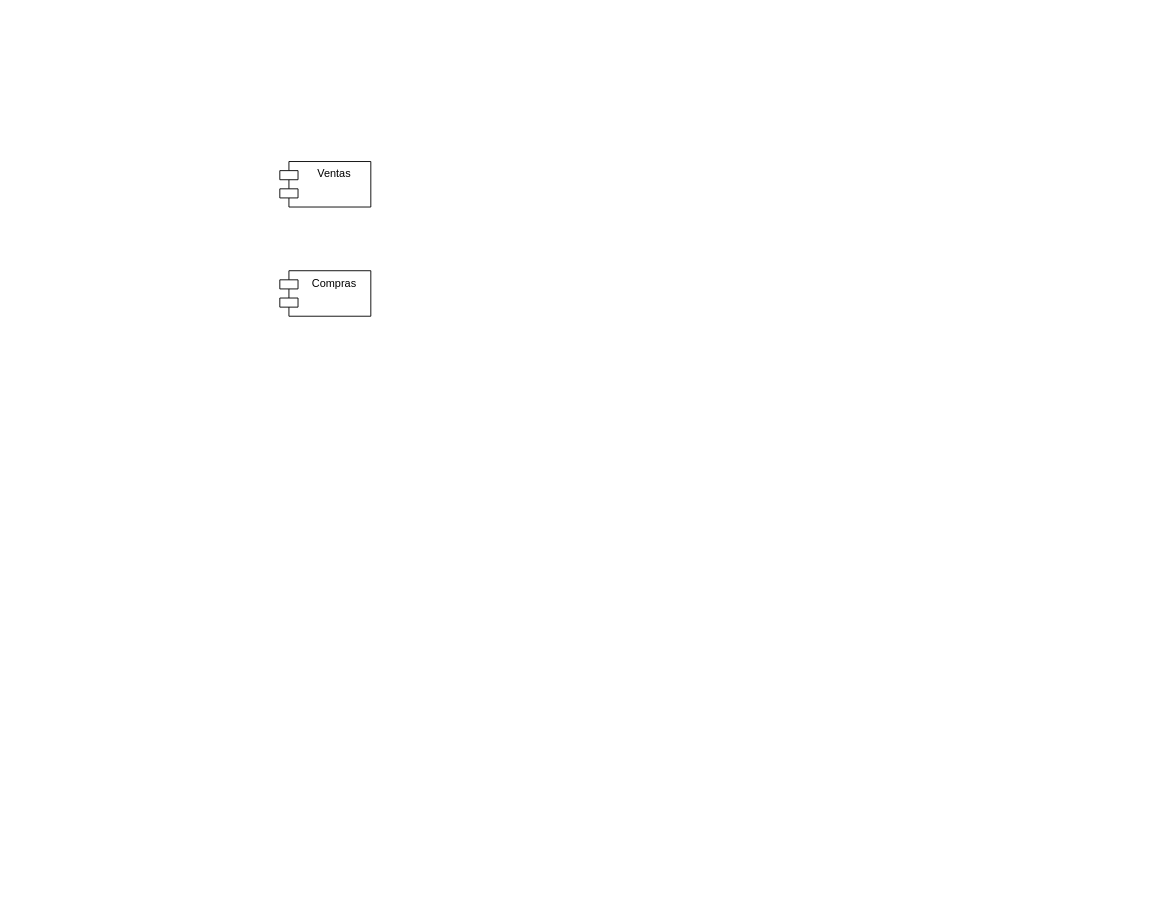
Before: Diagrama de Componentes.drawio in SebAdri/manduara, a draw.io diagram. Source tidied: cells renumbered, new cells numbered last; positions are measured from the earlier drawing's top-left corner, leaving out a move shared by most shapes. Both pictures are drawn from the tidied source at 91%, with x=0, y=0 at pixel (279, 161).
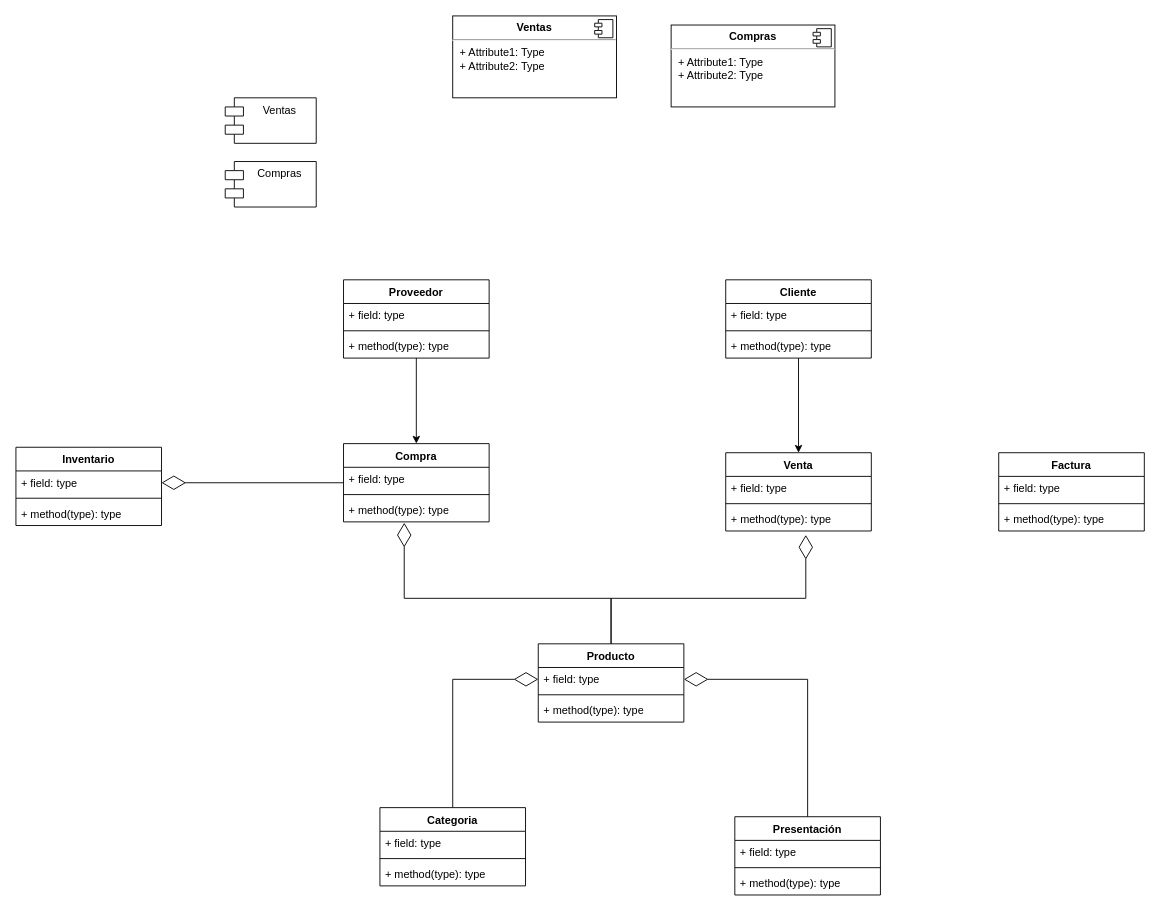
After the change.

The edit, as a diff of the source:
```diff
@@
     <mxCell id="2" value="Ventas" style="shape=module;align=left;spacingLeft=20;align=center;verticalAlign=top;whiteSpace=wrap;html=1;" parent="1" vertex="1">
-      <mxGeometry width="100" height="50" as="geometry" />
+      <mxGeometry x="-60" y="-70" width="100" height="50" as="geometry" />
     </mxCell>
     <mxCell id="3" value="Compras" style="shape=module;align=left;spacingLeft=20;align=center;verticalAlign=top;whiteSpace=wrap;html=1;" parent="1" vertex="1">
-      <mxGeometry y="120" width="100" height="50" as="geometry" />
+      <mxGeometry x="-60" width="100" height="50" as="geometry" />
     </mxCell>
+    <mxCell id="4" value="&lt;p style=&quot;margin:0px;margin-top:6px;text-align:center;&quot;&gt;&lt;b&gt;Ventas&lt;/b&gt;&lt;/p&gt;&lt;hr&gt;&lt;p style=&quot;margin:0px;margin-left:8px;&quot;&gt;+ Attribute1: Type&lt;br&gt;+ Attribute2: Type&lt;/p&gt;" style="align=left;overflow=fill;html=1;whiteSpace=wrap;" parent="1" vertex="1">
+      <mxGeometry x="190" y="-160" width="180" height="90" as="geometry" />
+    </mxCell>
+    <mxCell id="5" style="shape=component;jettyWidth=8;jettyHeight=4;" parent="4" vertex="1">
+      <mxGeometry x="1" width="20" height="20" relative="1" as="geometry">
+        <mxPoint x="-24" y="4" as="offset" />
+      </mxGeometry>
+    </mxCell>
+    <mxCell id="6" value="&lt;p style=&quot;margin:0px;margin-top:6px;text-align:center;&quot;&gt;&lt;b&gt;Compras&lt;/b&gt;&lt;/p&gt;&lt;hr&gt;&lt;p style=&quot;margin:0px;margin-left:8px;&quot;&gt;+ Attribute1: Type&lt;br&gt;+ Attribute2: Type&lt;/p&gt;" style="align=left;overflow=fill;html=1;whiteSpace=wrap;" parent="1" vertex="1">
+      <mxGeometry x="430" y="-150" width="180" height="90" as="geometry" />
+    </mxCell>
+    <mxCell id="7" style="shape=component;jettyWidth=8;jettyHeight=4;" parent="6" vertex="1">
+      <mxGeometry x="1" width="20" height="20" relative="1" as="geometry">
+        <mxPoint x="-24" y="4" as="offset" />
+      </mxGeometry>
+    </mxCell>
+    <mxCell id="8" style="edgeStyle=orthogonalEdgeStyle;rounded=0;jettySize=auto;html=1;entryX=0.5;entryY=0;entryDx=0;entryDy=0;" parent="1" edge="1" source="9" target="37">
+      <mxGeometry relative="1" as="geometry" />
+    </mxCell>
+    <mxCell id="9" value="Proveedor" style="swimlane;fontStyle=1;align=center;verticalAlign=top;horizontal=1;startSize=26;whiteSpace=wrap;html=1;" parent="1" vertex="1">
+      <mxGeometry x="70" y="130" width="160" height="86" as="geometry" />
+    </mxCell>
+    <mxCell id="10" value="+ field: type" style="text;strokeColor=none;fillColor=none;align=left;verticalAlign=top;spacingLeft=4;spacingRight=4;overflow=hidden;whiteSpace=wrap;html=1;" parent="9" vertex="1">
+      <mxGeometry y="26" width="160" height="26" as="geometry" />
+    </mxCell>
+    <mxCell id="11" style="line;strokeWidth=1;fillColor=none;align=left;verticalAlign=middle;spacingTop=-1;spacingLeft=3;spacingRight=3;labelPosition=right;strokeColor=inherit;" parent="9" vertex="1">
+      <mxGeometry y="52" width="160" height="8" as="geometry" />
+    </mxCell>
+    <mxCell id="12" value="+ method(type): type" style="text;strokeColor=none;fillColor=none;align=left;verticalAlign=top;spacingLeft=4;spacingRight=4;overflow=hidden;whiteSpace=wrap;html=1;" parent="9" vertex="1">
+      <mxGeometry y="60" width="160" height="26" as="geometry" />
+    </mxCell>
+    <mxCell id="13" style="edgeStyle=orthogonalEdgeStyle;rounded=0;jettySize=auto;html=1;entryX=0.417;entryY=1.038;entryDx=0;entryDy=0;entryPerimeter=0;endArrow=diamondThin;endFill=0;endSize=24;" parent="1" edge="1" source="14" target="40">
+      <mxGeometry relative="1" as="geometry">
+        <Array as="points">
+          <mxPoint x="364" y="480" />
+          <mxPoint x="137" y="480" />
+        </Array>
+      </mxGeometry>
+    </mxCell>
+    <mxCell id="14" value="Producto" style="swimlane;fontStyle=1;align=center;verticalAlign=top;horizontal=1;startSize=26;whiteSpace=wrap;html=1;" parent="1" vertex="1">
+      <mxGeometry x="284" y="530" width="160" height="86" as="geometry" />
+    </mxCell>
+    <mxCell id="15" value="+ field: type" style="text;strokeColor=none;fillColor=none;align=left;verticalAlign=top;spacingLeft=4;spacingRight=4;overflow=hidden;points=[[0,0.5],[1,0.5]];portConstraint=eastwest;whiteSpace=wrap;html=1;" parent="14" vertex="1">
+      <mxGeometry y="26" width="160" height="26" as="geometry" />
+    </mxCell>
+    <mxCell id="16" style="line;strokeWidth=1;fillColor=none;align=left;verticalAlign=middle;spacingTop=-1;spacingLeft=3;spacingRight=3;labelPosition=right;strokeColor=inherit;" parent="14" vertex="1">
+      <mxGeometry y="52" width="160" height="8" as="geometry" />
+    </mxCell>
+    <mxCell id="17" value="+ method(type): type" style="text;strokeColor=none;fillColor=none;align=left;verticalAlign=top;spacingLeft=4;spacingRight=4;overflow=hidden;whiteSpace=wrap;html=1;" parent="14" vertex="1">
+      <mxGeometry y="60" width="160" height="26" as="geometry" />
+    </mxCell>
+    <mxCell id="18" value="Presentación" style="swimlane;fontStyle=1;align=center;verticalAlign=top;horizontal=1;startSize=26;whiteSpace=wrap;html=1;" parent="1" vertex="1">
+      <mxGeometry x="500" y="720" width="160" height="86" as="geometry" />
+    </mxCell>
+    <mxCell id="19" value="+ field: type" style="text;strokeColor=none;fillColor=none;align=left;verticalAlign=top;spacingLeft=4;spacingRight=4;overflow=hidden;whiteSpace=wrap;html=1;" parent="18" vertex="1">
+      <mxGeometry y="26" width="160" height="26" as="geometry" />
+    </mxCell>
+    <mxCell id="20" style="line;strokeWidth=1;fillColor=none;align=left;verticalAlign=middle;spacingTop=-1;spacingLeft=3;spacingRight=3;labelPosition=right;strokeColor=inherit;" parent="18" vertex="1">
+      <mxGeometry y="52" width="160" height="8" as="geometry" />
+    </mxCell>
+    <mxCell id="21" value="+ method(type): type" style="text;strokeColor=none;fillColor=none;align=left;verticalAlign=top;spacingLeft=4;spacingRight=4;overflow=hidden;whiteSpace=wrap;html=1;" parent="18" vertex="1">
+      <mxGeometry y="60" width="160" height="26" as="geometry" />
+    </mxCell>
+    <mxCell id="22" style="edgeStyle=orthogonalEdgeStyle;rounded=0;jettySize=auto;html=1;entryX=0;entryY=0.5;entryDx=0;entryDy=0;endArrow=diamondThin;endFill=0;endSize=24;" parent="1" edge="1" source="23" target="15">
+      <mxGeometry relative="1" as="geometry" />
+    </mxCell>
+    <mxCell id="23" value="Categoria" style="swimlane;fontStyle=1;align=center;verticalAlign=top;horizontal=1;startSize=26;whiteSpace=wrap;html=1;" parent="1" vertex="1">
+      <mxGeometry x="110" y="710" width="160" height="86" as="geometry" />
+    </mxCell>
+    <mxCell id="24" value="+ field: type" style="text;strokeColor=none;fillColor=none;align=left;verticalAlign=top;spacingLeft=4;spacingRight=4;overflow=hidden;whiteSpace=wrap;html=1;" parent="23" vertex="1">
+      <mxGeometry y="26" width="160" height="26" as="geometry" />
+    </mxCell>
+    <mxCell id="25" style="line;strokeWidth=1;fillColor=none;align=left;verticalAlign=middle;spacingTop=-1;spacingLeft=3;spacingRight=3;labelPosition=right;strokeColor=inherit;" parent="23" vertex="1">
+      <mxGeometry y="52" width="160" height="8" as="geometry" />
+    </mxCell>
+    <mxCell id="26" value="+ method(type): type" style="text;strokeColor=none;fillColor=none;align=left;verticalAlign=top;spacingLeft=4;spacingRight=4;overflow=hidden;whiteSpace=wrap;html=1;" parent="23" vertex="1">
+      <mxGeometry y="60" width="160" height="26" as="geometry" />
+    </mxCell>
+    <mxCell id="27" style="edgeStyle=orthogonalEdgeStyle;rounded=0;jettySize=auto;html=1;entryX=0.5;entryY=0;entryDx=0;entryDy=0;" parent="1" edge="1" source="28" target="32">
+      <mxGeometry relative="1" as="geometry" />
+    </mxCell>
+    <mxCell id="28" value="Cliente" style="swimlane;fontStyle=1;align=center;verticalAlign=top;horizontal=1;startSize=26;whiteSpace=wrap;html=1;" parent="1" vertex="1">
+      <mxGeometry x="490" y="130" width="160" height="86" as="geometry" />
+    </mxCell>
+    <mxCell id="29" value="+ field: type" style="text;strokeColor=none;fillColor=none;align=left;verticalAlign=top;spacingLeft=4;spacingRight=4;overflow=hidden;whiteSpace=wrap;html=1;" parent="28" vertex="1">
+      <mxGeometry y="26" width="160" height="26" as="geometry" />
+    </mxCell>
+    <mxCell id="30" style="line;strokeWidth=1;fillColor=none;align=left;verticalAlign=middle;spacingTop=-1;spacingLeft=3;spacingRight=3;labelPosition=right;strokeColor=inherit;" parent="28" vertex="1">
+      <mxGeometry y="52" width="160" height="8" as="geometry" />
+    </mxCell>
+    <mxCell id="31" value="+ method(type): type" style="text;strokeColor=none;fillColor=none;align=left;verticalAlign=top;spacingLeft=4;spacingRight=4;overflow=hidden;whiteSpace=wrap;html=1;" parent="28" vertex="1">
+      <mxGeometry y="60" width="160" height="26" as="geometry" />
+    </mxCell>
+    <mxCell id="32" value="Venta" style="swimlane;fontStyle=1;align=center;verticalAlign=top;horizontal=1;startSize=26;whiteSpace=wrap;html=1;" parent="1" vertex="1">
+      <mxGeometry x="490" y="320" width="160" height="86" as="geometry" />
+    </mxCell>
+    <mxCell id="33" value="+ field: type" style="text;strokeColor=none;fillColor=none;align=left;verticalAlign=top;spacingLeft=4;spacingRight=4;overflow=hidden;whiteSpace=wrap;html=1;" parent="32" vertex="1">
+      <mxGeometry y="26" width="160" height="26" as="geometry" />
+    </mxCell>
+    <mxCell id="34" style="line;strokeWidth=1;fillColor=none;align=left;verticalAlign=middle;spacingTop=-1;spacingLeft=3;spacingRight=3;labelPosition=right;strokeColor=inherit;" parent="32" vertex="1">
+      <mxGeometry y="52" width="160" height="8" as="geometry" />
+    </mxCell>
+    <mxCell id="35" value="+ method(type): type" style="text;strokeColor=none;fillColor=none;align=left;verticalAlign=top;spacingLeft=4;spacingRight=4;overflow=hidden;points=[[0,0.5],[1,0.5]];portConstraint=eastwest;whiteSpace=wrap;html=1;" parent="32" vertex="1">
+      <mxGeometry y="60" width="160" height="26" as="geometry" />
+    </mxCell>
+    <mxCell id="36" style="edgeStyle=orthogonalEdgeStyle;rounded=0;jettySize=auto;html=1;entryX=1;entryY=0.5;entryDx=0;entryDy=0;endArrow=diamondThin;endFill=0;endSize=24;" parent="1" edge="1" source="37" target="44">
+      <mxGeometry relative="1" as="geometry" />
+    </mxCell>
+    <mxCell id="37" value="Compra" style="swimlane;fontStyle=1;align=center;verticalAlign=top;horizontal=1;startSize=26;whiteSpace=wrap;html=1;" parent="1" vertex="1">
+      <mxGeometry x="70" y="310" width="160" height="86" as="geometry" />
+    </mxCell>
+    <mxCell id="38" value="+ field: type" style="text;strokeColor=none;fillColor=none;align=left;verticalAlign=top;spacingLeft=4;spacingRight=4;overflow=hidden;whiteSpace=wrap;html=1;" parent="37" vertex="1">
+      <mxGeometry y="26" width="160" height="26" as="geometry" />
+    </mxCell>
+    <mxCell id="39" style="line;strokeWidth=1;fillColor=none;align=left;verticalAlign=middle;spacingTop=-1;spacingLeft=3;spacingRight=3;labelPosition=right;strokeColor=inherit;" parent="37" vertex="1">
+      <mxGeometry y="52" width="160" height="8" as="geometry" />
+    </mxCell>
+    <mxCell id="40" value="+ method(type): type" style="text;strokeColor=none;fillColor=none;align=left;verticalAlign=top;spacingLeft=4;spacingRight=4;overflow=hidden;points=[[0,0.5],[1,0.5]];portConstraint=eastwest;whiteSpace=wrap;html=1;" parent="37" vertex="1">
+      <mxGeometry y="60" width="160" height="26" as="geometry" />
+    </mxCell>
+    <mxCell id="41" style="endArrow=diamondThin;endFill=0;endSize=24;html=1;rounded=0;entryX=0.55;entryY=1.167;entryDx=0;entryDy=0;entryPerimeter=0;exitX=0.5;exitY=0;exitDx=0;exitDy=0;edgeStyle=orthogonalEdgeStyle;" parent="1" edge="1" source="14" target="35">
+      <mxGeometry relative="1" as="geometry">
+        <Array as="points">
+          <mxPoint x="364" y="480" />
+          <mxPoint x="578" y="480" />
+        </Array>
+      </mxGeometry>
+    </mxCell>
+    <mxCell id="42" style="endArrow=diamondThin;endFill=0;endSize=24;html=1;rounded=0;entryX=1;entryY=0.5;entryDx=0;entryDy=0;exitX=0.5;exitY=0;exitDx=0;exitDy=0;edgeStyle=orthogonalEdgeStyle;" parent="1" edge="1" source="18" target="15">
+      <mxGeometry relative="1" as="geometry">
+        <Array as="points">
+          <mxPoint x="580" y="569" />
+        </Array>
+      </mxGeometry>
+    </mxCell>
+    <mxCell id="43" value="Inventario" style="swimlane;fontStyle=1;align=center;verticalAlign=top;horizontal=1;startSize=26;whiteSpace=wrap;html=1;" parent="1" vertex="1">
+      <mxGeometry x="-290" y="314" width="160" height="86" as="geometry" />
+    </mxCell>
+    <mxCell id="44" value="+ field: type" style="text;strokeColor=none;fillColor=none;align=left;verticalAlign=top;spacingLeft=4;spacingRight=4;overflow=hidden;points=[[0,0.5],[1,0.5]];portConstraint=eastwest;whiteSpace=wrap;html=1;" parent="43" vertex="1">
+      <mxGeometry y="26" width="160" height="26" as="geometry" />
+    </mxCell>
+    <mxCell id="45" style="line;strokeWidth=1;fillColor=none;align=left;verticalAlign=middle;spacingTop=-1;spacingLeft=3;spacingRight=3;labelPosition=right;strokeColor=inherit;" parent="43" vertex="1">
+      <mxGeometry y="52" width="160" height="8" as="geometry" />
+    </mxCell>
+    <mxCell id="46" value="+ method(type): type" style="text;strokeColor=none;fillColor=none;align=left;verticalAlign=top;spacingLeft=4;spacingRight=4;overflow=hidden;whiteSpace=wrap;html=1;" parent="43" vertex="1">
+      <mxGeometry y="60" width="160" height="26" as="geometry" />
+    </mxCell>
+    <mxCell id="47" value="Factura" style="swimlane;fontStyle=1;align=center;verticalAlign=top;horizontal=1;startSize=26;whiteSpace=wrap;html=1;" parent="1" vertex="1">
+      <mxGeometry x="790" y="320" width="160" height="86" as="geometry" />
+    </mxCell>
+    <mxCell id="48" value="+ field: type" style="text;strokeColor=none;fillColor=none;align=left;verticalAlign=top;spacingLeft=4;spacingRight=4;overflow=hidden;whiteSpace=wrap;html=1;" parent="47" vertex="1">
+      <mxGeometry y="26" width="160" height="26" as="geometry" />
+    </mxCell>
+    <mxCell id="49" style="line;strokeWidth=1;fillColor=none;align=left;verticalAlign=middle;spacingTop=-1;spacingLeft=3;spacingRight=3;labelPosition=right;strokeColor=inherit;" parent="47" vertex="1">
+      <mxGeometry y="52" width="160" height="8" as="geometry" />
+    </mxCell>
+    <mxCell id="50" value="+ method(type): type" style="text;strokeColor=none;fillColor=none;align=left;verticalAlign=top;spacingLeft=4;spacingRight=4;overflow=hidden;whiteSpace=wrap;html=1;" parent="47" vertex="1">
+      <mxGeometry y="60" width="160" height="26" as="geometry" />
+    </mxCell>
```
